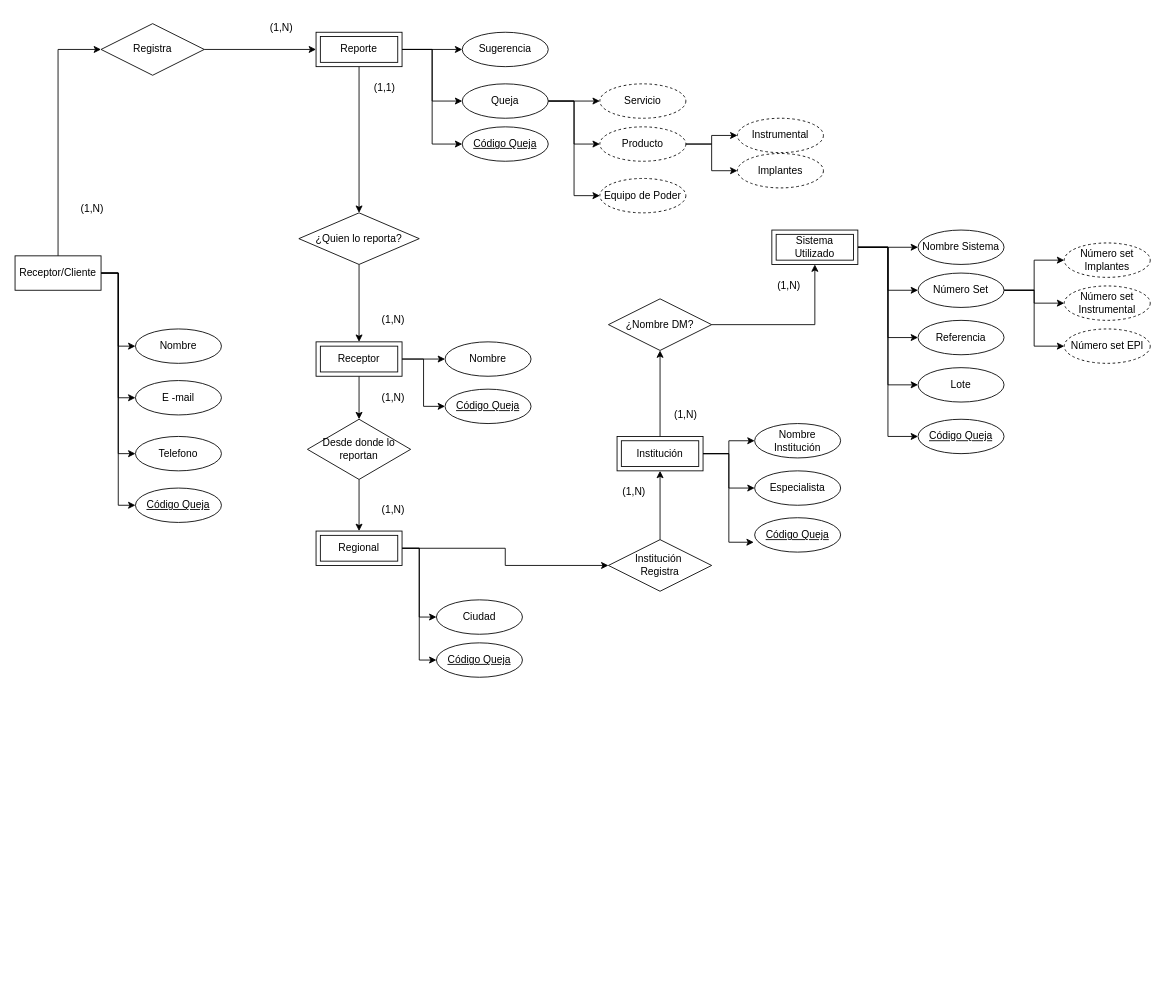
Earlier version of the draw.io diagram Ejemplo_modelo_logíco.drawio (Starleen1996/Modelado_Datos). Source tidied: cells renumbered, new cells numbered last; positions are measured from the earlier drawing's top-left corner, leaving out a move shared by most shapes. Both pictures are drawn from the tidied source at 86%, with x=0, y=0 at pixel (15, 15).
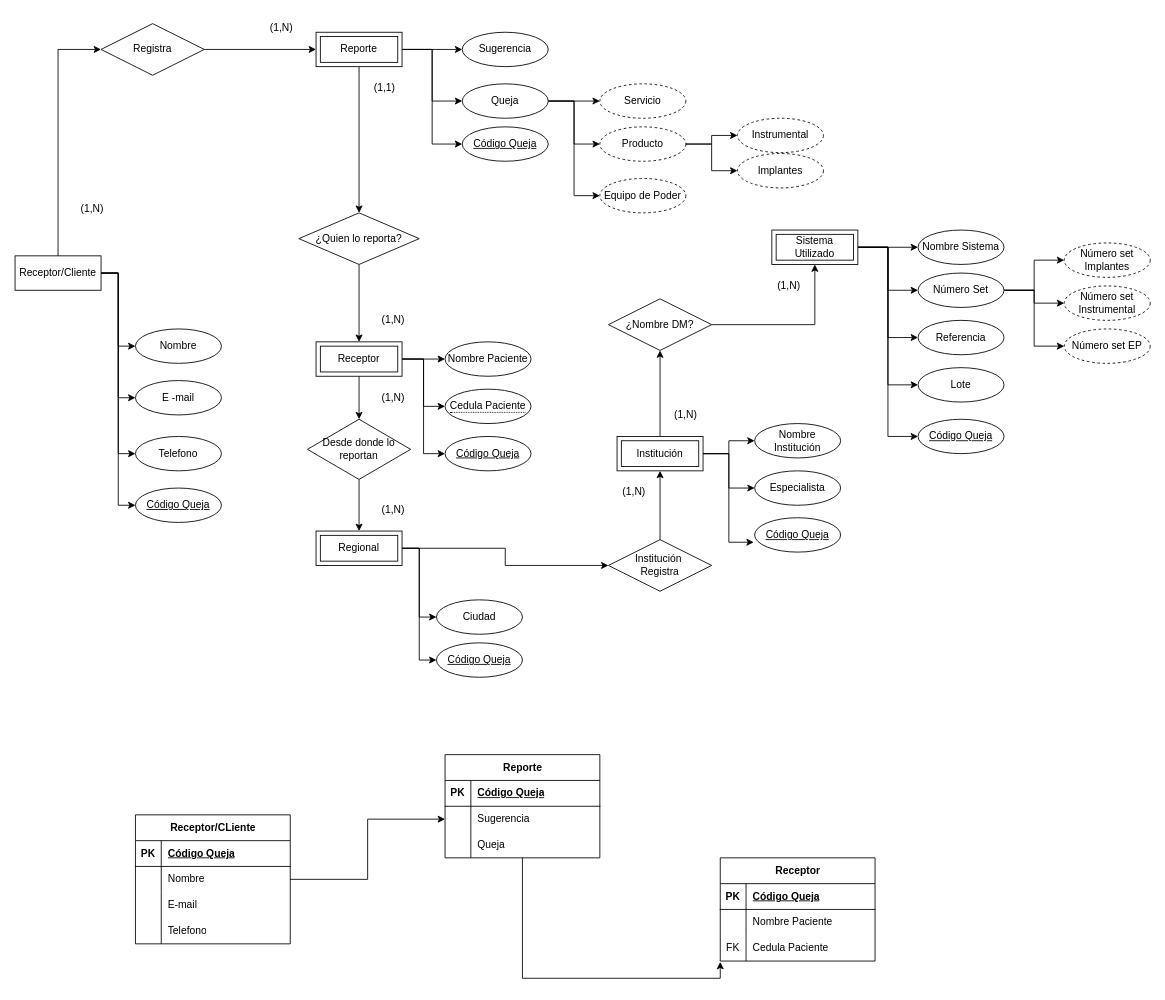
The same diagram, later.

Unchanged cells that the change refers to:
```xml
<mxCell id="26" value="Receptor" style="shape=ext;margin=3;double=1;whiteSpace=wrap;html=1;align=center;" parent="1" vertex="1">
  <mxGeometry x="350" y="380" width="100" height="40" as="geometry" />
</mxCell>
```

Diff of the diagram source:
```diff
@@
+    <mxCell id="86" style="edgeStyle=orthogonalEdgeStyle;rounded=0;jettySize=auto;html=1;entryX=0;entryY=0.5;entryDx=0;entryDy=0;" parent="1" edge="1" source="26" target="113">
+      <mxGeometry relative="1" as="geometry" />
+    </mxCell>
@@
-    <mxCell id="58" value="Nombre" style="ellipse;whiteSpace=wrap;html=1;align=center;" parent="1" vertex="1">
+    <mxCell id="58" value="Nombre Paciente" style="ellipse;whiteSpace=wrap;html=1;align=center;" parent="1" vertex="1">
       <mxGeometry x="500" y="380" width="100" height="40" as="geometry" />
     </mxCell>
@@
-    <mxCell id="78" value="Número set EPl" style="ellipse;whiteSpace=wrap;html=1;align=center;dashed=1;" parent="1" vertex="1">
+    <mxCell id="78" value="Número set EP" style="ellipse;whiteSpace=wrap;html=1;align=center;dashed=1;" parent="1" vertex="1">
       <mxGeometry x="1220" y="365" width="100" height="40" as="geometry" />
     </mxCell>
@@
     <mxCell id="80" value="Código Queja" style="ellipse;whiteSpace=wrap;html=1;align=center;fontStyle=4;" parent="1" vertex="1">
-      <mxGeometry x="500" y="435" width="100" height="40" as="geometry" />
+      <mxGeometry x="500" y="490" width="100" height="40" as="geometry" />
     </mxCell>
@@
+    <mxCell id="87" value="Receptor/CLiente" style="shape=table;startSize=30;childLayout=tableLayout;rowLines=0;fontStyle=1;align=center;html=1;" parent="1" vertex="1">
+      <mxGeometry x="140" y="930" width="180" height="150" as="geometry" />
+    </mxCell>
+    <mxCell id="88" style="shape=tableRow;horizontal=0;startSize=0;swimlaneHead=0;swimlaneBody=0;fillColor=none;top=0;left=0;right=0;bottom=1;" parent="87" vertex="1">
+      <mxGeometry y="30" width="180" height="30" as="geometry" />
+    </mxCell>
+    <mxCell id="89" value="PK" style="shape=partialRectangle;fillColor=none;top=0;left=0;bottom=0;right=0;fontStyle=1;overflow=hidden;whiteSpace=wrap;html=1;" parent="88" vertex="1">
+      <mxGeometry width="30" height="30" as="geometry" />
+    </mxCell>
+    <mxCell id="90" value="Código Queja" style="shape=partialRectangle;fillColor=none;top=0;left=0;bottom=0;right=0;align=left;spacingLeft=6;fontStyle=5;overflow=hidden;whiteSpace=wrap;html=1;" parent="88" vertex="1">
+      <mxGeometry x="30" width="150" height="30" as="geometry" />
+    </mxCell>
+    <mxCell id="91" style="shape=tableRow;horizontal=0;startSize=0;swimlaneHead=0;swimlaneBody=0;fillColor=none;points=[[0,0.5],[1,0.5]];portConstraint=eastwest;top=0;left=0;right=0;bottom=0;" parent="87" vertex="1">
+      <mxGeometry y="60" width="180" height="30" as="geometry" />
+    </mxCell>
+    <mxCell id="92" style="shape=partialRectangle;fillColor=none;top=0;left=0;bottom=0;right=0;overflow=hidden;whiteSpace=wrap;html=1;" parent="91" vertex="1">
+      <mxGeometry width="30" height="30" as="geometry" />
+    </mxCell>
+    <mxCell id="93" value="Nombre" style="shape=partialRectangle;fillColor=none;top=0;left=0;bottom=0;right=0;align=left;spacingLeft=6;overflow=hidden;whiteSpace=wrap;html=1;" parent="91" vertex="1">
+      <mxGeometry x="30" width="150" height="30" as="geometry" />
+    </mxCell>
+    <mxCell id="94" style="shape=tableRow;horizontal=0;startSize=0;swimlaneHead=0;swimlaneBody=0;fillColor=none;top=0;left=0;right=0;bottom=0;" parent="87" vertex="1">
+      <mxGeometry y="90" width="180" height="30" as="geometry" />
+    </mxCell>
+    <mxCell id="95" style="shape=partialRectangle;fillColor=none;top=0;left=0;bottom=0;right=0;overflow=hidden;whiteSpace=wrap;html=1;" parent="94" vertex="1">
+      <mxGeometry width="30" height="30" as="geometry" />
+    </mxCell>
+    <mxCell id="96" value="E-mail" style="shape=partialRectangle;fillColor=none;top=0;left=0;bottom=0;right=0;align=left;spacingLeft=6;overflow=hidden;whiteSpace=wrap;html=1;" parent="94" vertex="1">
+      <mxGeometry x="30" width="150" height="30" as="geometry" />
+    </mxCell>
+    <mxCell id="97" style="shape=tableRow;horizontal=0;startSize=0;swimlaneHead=0;swimlaneBody=0;fillColor=none;top=0;left=0;right=0;bottom=0;" parent="87" vertex="1">
+      <mxGeometry y="120" width="180" height="30" as="geometry" />
+    </mxCell>
+    <mxCell id="98" style="shape=partialRectangle;fillColor=none;top=0;left=0;bottom=0;right=0;overflow=hidden;whiteSpace=wrap;html=1;" parent="97" vertex="1">
+      <mxGeometry width="30" height="30" as="geometry" />
+    </mxCell>
+    <mxCell id="99" value="Telefono" style="shape=partialRectangle;fillColor=none;top=0;left=0;bottom=0;right=0;align=left;spacingLeft=6;overflow=hidden;whiteSpace=wrap;html=1;" parent="97" vertex="1">
+      <mxGeometry x="30" width="150" height="30" as="geometry" />
+    </mxCell>
+    <mxCell id="100" style="shape=tableRow;horizontal=0;startSize=0;swimlaneHead=0;swimlaneBody=0;fillColor=none;top=0;left=0;right=0;bottom=0;" parent="1" vertex="1">
+      <mxGeometry x="174" y="990" width="180" height="30" as="geometry" />
+    </mxCell>
+    <mxCell id="101" style="shape=partialRectangle;fillColor=none;top=0;left=0;bottom=0;right=0;overflow=hidden;whiteSpace=wrap;html=1;" parent="100" vertex="1">
+      <mxGeometry width="30" height="30" as="geometry" />
+    </mxCell>
+    <mxCell id="102" style="shape=partialRectangle;fillColor=none;top=0;left=0;bottom=0;right=0;overflow=hidden;whiteSpace=wrap;html=1;" parent="1" vertex="1">
+      <mxGeometry x="174" y="990" width="30" height="30" as="geometry" />
+    </mxCell>
+    <mxCell id="103" value="Reporte" style="shape=table;startSize=30;childLayout=tableLayout;rowLines=0;fontStyle=1;align=center;html=1;" parent="1" vertex="1">
+      <mxGeometry x="500" y="860" width="180" height="120" as="geometry" />
+    </mxCell>
+    <mxCell id="104" style="shape=tableRow;horizontal=0;startSize=0;swimlaneHead=0;swimlaneBody=0;fillColor=none;top=0;left=0;right=0;bottom=1;" parent="103" vertex="1">
+      <mxGeometry y="30" width="180" height="30" as="geometry" />
+    </mxCell>
+    <mxCell id="105" value="PK" style="shape=partialRectangle;fillColor=none;top=0;left=0;bottom=0;right=0;fontStyle=1;overflow=hidden;whiteSpace=wrap;html=1;" parent="104" vertex="1">
+      <mxGeometry width="30" height="30" as="geometry" />
+    </mxCell>
+    <mxCell id="106" value="Código Queja" style="shape=partialRectangle;fillColor=none;top=0;left=0;bottom=0;right=0;align=left;spacingLeft=6;fontStyle=5;overflow=hidden;whiteSpace=wrap;html=1;" parent="104" vertex="1">
+      <mxGeometry x="30" width="150" height="30" as="geometry" />
+    </mxCell>
+    <mxCell id="107" style="shape=tableRow;horizontal=0;startSize=0;swimlaneHead=0;swimlaneBody=0;fillColor=none;points=[[0,0.5],[1,0.5]];portConstraint=eastwest;top=0;left=0;right=0;bottom=0;" parent="103" vertex="1">
+      <mxGeometry y="60" width="180" height="30" as="geometry" />
+    </mxCell>
+    <mxCell id="108" style="shape=partialRectangle;fillColor=none;top=0;left=0;bottom=0;right=0;overflow=hidden;whiteSpace=wrap;html=1;" parent="107" vertex="1">
+      <mxGeometry width="30" height="30" as="geometry" />
+    </mxCell>
+    <mxCell id="109" value="Sugerencia" style="shape=partialRectangle;fillColor=none;top=0;left=0;bottom=0;right=0;align=left;spacingLeft=6;overflow=hidden;whiteSpace=wrap;html=1;" parent="107" vertex="1">
+      <mxGeometry x="30" width="150" height="30" as="geometry" />
+    </mxCell>
+    <mxCell id="110" style="shape=tableRow;horizontal=0;startSize=0;swimlaneHead=0;swimlaneBody=0;fillColor=none;top=0;left=0;right=0;bottom=0;" parent="103" vertex="1">
+      <mxGeometry y="90" width="180" height="30" as="geometry" />
+    </mxCell>
+    <mxCell id="111" style="shape=partialRectangle;fillColor=none;top=0;left=0;bottom=0;right=0;overflow=hidden;whiteSpace=wrap;html=1;" parent="110" vertex="1">
+      <mxGeometry width="30" height="30" as="geometry" />
+    </mxCell>
+    <mxCell id="112" value="Queja" style="shape=partialRectangle;fillColor=none;top=0;left=0;bottom=0;right=0;align=left;spacingLeft=6;overflow=hidden;whiteSpace=wrap;html=1;" parent="110" vertex="1">
+      <mxGeometry x="30" width="150" height="30" as="geometry" />
+    </mxCell>
+    <mxCell id="113" value="&lt;span style=&quot;border-bottom: 1px dotted&quot;&gt;Cedula Paciente&lt;/span&gt;" style="ellipse;whiteSpace=wrap;html=1;align=center;" parent="1" vertex="1">
+      <mxGeometry x="500" y="435" width="100" height="40" as="geometry" />
+    </mxCell>
+    <mxCell id="114" style="edgeStyle=orthogonalEdgeStyle;rounded=0;jettySize=auto;html=1;entryX=0;entryY=0.5;entryDx=0;entryDy=0;" parent="1" edge="1" source="91" target="107">
+      <mxGeometry relative="1" as="geometry" />
+    </mxCell>
+    <mxCell id="115" value="Receptor" style="shape=table;startSize=30;childLayout=tableLayout;rowLines=0;fontStyle=1;align=center;html=1;" parent="1" vertex="1">
+      <mxGeometry x="820" y="980" width="180" height="120" as="geometry" />
+    </mxCell>
+    <mxCell id="116" style="shape=tableRow;horizontal=0;startSize=0;swimlaneHead=0;swimlaneBody=0;fillColor=none;top=0;left=0;right=0;bottom=1;" parent="115" vertex="1">
+      <mxGeometry y="30" width="180" height="30" as="geometry" />
+    </mxCell>
+    <mxCell id="117" value="PK" style="shape=partialRectangle;fillColor=none;top=0;left=0;bottom=0;right=0;fontStyle=1;overflow=hidden;whiteSpace=wrap;html=1;" parent="116" vertex="1">
+      <mxGeometry width="30" height="30" as="geometry" />
+    </mxCell>
+    <mxCell id="118" value="Código Queja" style="shape=partialRectangle;fillColor=none;top=0;left=0;bottom=0;right=0;align=left;spacingLeft=6;fontStyle=5;overflow=hidden;whiteSpace=wrap;html=1;" parent="116" vertex="1">
+      <mxGeometry x="30" width="150" height="30" as="geometry" />
+    </mxCell>
+    <mxCell id="119" style="shape=tableRow;horizontal=0;startSize=0;swimlaneHead=0;swimlaneBody=0;fillColor=none;top=0;left=0;right=0;bottom=0;" parent="115" vertex="1">
+      <mxGeometry y="60" width="180" height="30" as="geometry" />
+    </mxCell>
+    <mxCell id="120" style="shape=partialRectangle;fillColor=none;top=0;left=0;bottom=0;right=0;overflow=hidden;whiteSpace=wrap;html=1;" parent="119" vertex="1">
+      <mxGeometry width="30" height="30" as="geometry" />
+    </mxCell>
+    <mxCell id="121" value="Nombre Paciente" style="shape=partialRectangle;fillColor=none;top=0;left=0;bottom=0;right=0;align=left;spacingLeft=6;overflow=hidden;whiteSpace=wrap;html=1;" parent="119" vertex="1">
+      <mxGeometry x="30" width="150" height="30" as="geometry" />
+    </mxCell>
+    <mxCell id="122" style="shape=tableRow;horizontal=0;startSize=0;swimlaneHead=0;swimlaneBody=0;fillColor=none;points=[[0,0.5],[1,0.5]];portConstraint=eastwest;top=0;left=0;right=0;bottom=0;" parent="115" vertex="1">
+      <mxGeometry y="90" width="180" height="30" as="geometry" />
+    </mxCell>
+    <mxCell id="123" value="FK" style="shape=partialRectangle;fillColor=none;top=0;left=0;bottom=0;right=0;fontStyle=0;overflow=hidden;whiteSpace=wrap;html=1;" parent="122" vertex="1">
+      <mxGeometry width="30" height="30" as="geometry" />
+    </mxCell>
+    <mxCell id="124" value="Cedula Paciente" style="shape=partialRectangle;fillColor=none;top=0;left=0;bottom=0;right=0;align=left;spacingLeft=6;fontStyle=0;overflow=hidden;whiteSpace=wrap;html=1;" parent="122" vertex="1">
+      <mxGeometry x="30" width="150" height="30" as="geometry" />
+    </mxCell>
+    <mxCell id="125" style="edgeStyle=orthogonalEdgeStyle;rounded=0;jettySize=auto;html=1;entryX=0;entryY=1.033;entryDx=0;entryDy=0;entryPerimeter=0;" parent="1" edge="1" source="103" target="122">
+      <mxGeometry relative="1" as="geometry" />
+    </mxCell>
```
